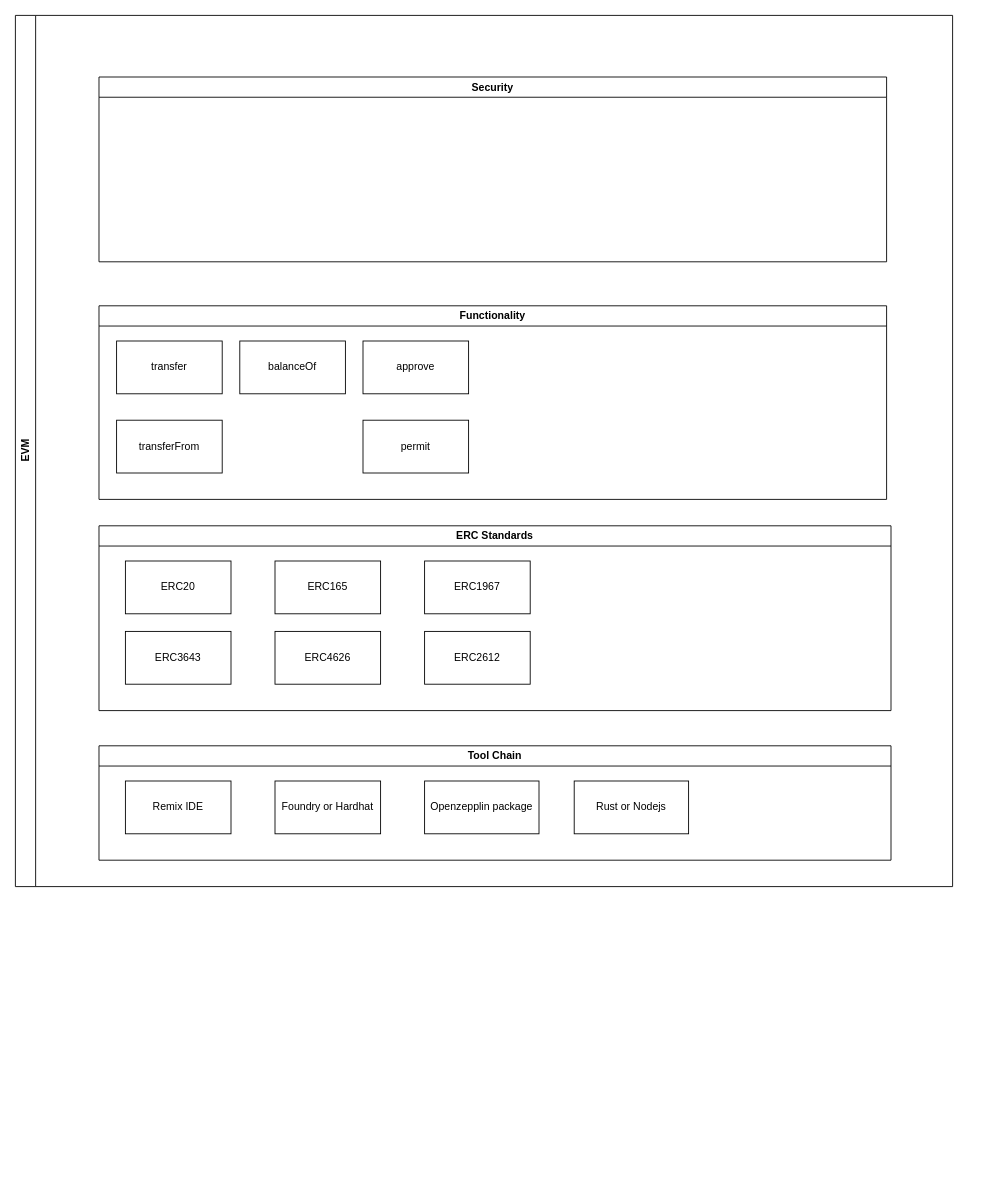
BobbyTalvin/draw keeps this draw.io diagram as usd1_contract_structure.drawio. Above is the earlier version. Source tidied: cells renumbered, new cells numbered last; positions are measured from the earlier drawing's top-left corner, leaving out a move shared by most shapes. Both pictures are drawn from the tidied source at 88%, with x=0, y=0 at pixel (15, 15).
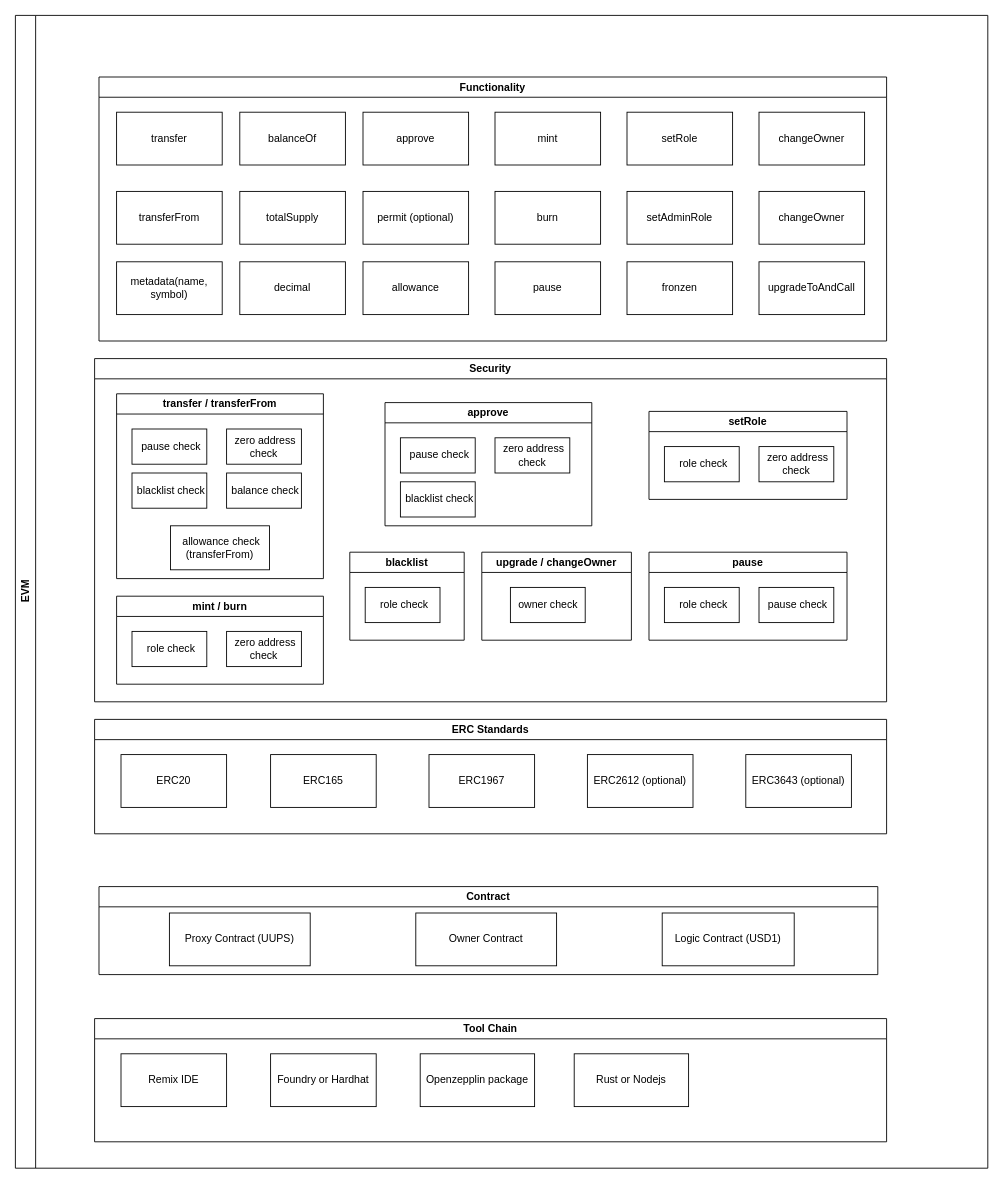
The same diagram, later.

Commit message (it also covers changes not shown here):
upd: usd1_contract_structure

Change to the diagram source:
```diff
@@
-    <mxCell id="2" value="Tool Chain" style="swimlane;whiteSpace=wrap;html=1;" parent="1" vertex="1">
-      <mxGeometry x="95" y="830" width="900" height="130" as="geometry" />
-    </mxCell>
-    <mxCell id="3" value="Remix IDE" style="rounded=0;whiteSpace=wrap;html=1;" parent="2" vertex="1">
-      <mxGeometry x="30" y="40" width="120" height="60" as="geometry" />
-    </mxCell>
-    <mxCell id="4" value="Foundry or Hardhat" style="rounded=0;whiteSpace=wrap;html=1;" parent="2" vertex="1">
-      <mxGeometry x="200" y="40" width="120" height="60" as="geometry" />
-    </mxCell>
-    <mxCell id="5" value="Openzepplin package" style="rounded=0;whiteSpace=wrap;html=1;" parent="2" vertex="1">
-      <mxGeometry x="370" y="40" width="130" height="60" as="geometry" />
-    </mxCell>
-    <mxCell id="6" value="ERC Standards" style="swimlane;whiteSpace=wrap;html=1;" parent="1" vertex="1">
-      <mxGeometry x="95" y="580" width="900" height="210" as="geometry" />
-    </mxCell>
-    <mxCell id="7" value="ERC20" style="rounded=0;whiteSpace=wrap;html=1;" parent="6" vertex="1">
-      <mxGeometry x="30" y="40" width="120" height="60" as="geometry" />
-    </mxCell>
-    <mxCell id="8" value="ERC165" style="rounded=0;whiteSpace=wrap;html=1;" parent="6" vertex="1">
-      <mxGeometry x="200" y="40" width="120" height="60" as="geometry" />
-    </mxCell>
-    <mxCell id="9" value="ERC2612" style="rounded=0;whiteSpace=wrap;html=1;" parent="6" vertex="1">
-      <mxGeometry x="370" y="120" width="120" height="60" as="geometry" />
-    </mxCell>
-    <mxCell id="10" value="ERC3643" style="rounded=0;whiteSpace=wrap;html=1;" parent="6" vertex="1">
-      <mxGeometry x="30" y="120" width="120" height="60" as="geometry" />
-    </mxCell>
-    <mxCell id="11" value="ERC4626" style="rounded=0;whiteSpace=wrap;html=1;" parent="6" vertex="1">
-      <mxGeometry x="200" y="120" width="120" height="60" as="geometry" />
-    </mxCell>
-    <mxCell id="12" value="ERC1967" style="rounded=0;whiteSpace=wrap;html=1;" parent="6" vertex="1">
-      <mxGeometry x="370" y="40" width="120" height="60" as="geometry" />
-    </mxCell>
     <mxCell id="13" value="EVM" style="swimlane;horizontal=0;whiteSpace=wrap;html=1;" parent="1" vertex="1">
-      <mxGeometry width="1065" height="990" as="geometry" />
+      <mxGeometry width="1105" height="1310" as="geometry" />
     </mxCell>
     <mxCell id="14" value="Functionality" style="swimlane;whiteSpace=wrap;html=1;" parent="13" vertex="1">
-      <mxGeometry x="95" y="330" width="895" height="220" as="geometry" />
+      <mxGeometry x="95" y="70" width="895" height="300" as="geometry" />
     </mxCell>
@@
-    <mxCell id="19" value="permit" style="rounded=0;whiteSpace=wrap;html=1;" parent="14" vertex="1">
+    <mxCell id="19" value="permit (optional)" style="rounded=0;whiteSpace=wrap;html=1;" parent="14" vertex="1">
       <mxGeometry x="300" y="130" width="120" height="60" as="geometry" />
     </mxCell>
+    <mxCell id="22" value="mint" style="rounded=0;whiteSpace=wrap;html=1;" parent="14" vertex="1">
+      <mxGeometry x="450" y="40" width="120" height="60" as="geometry" />
+    </mxCell>
+    <mxCell id="23" value="burn" style="rounded=0;whiteSpace=wrap;html=1;" parent="14" vertex="1">
+      <mxGeometry x="450" y="130" width="120" height="60" as="geometry" />
+    </mxCell>
+    <mxCell id="24" value="totalSupply" style="rounded=0;whiteSpace=wrap;html=1;" parent="14" vertex="1">
+      <mxGeometry x="160" y="130" width="120" height="60" as="geometry" />
+    </mxCell>
+    <mxCell id="25" value="setRole" style="rounded=0;whiteSpace=wrap;html=1;" parent="14" vertex="1">
+      <mxGeometry x="600" y="40" width="120" height="60" as="geometry" />
+    </mxCell>
+    <mxCell id="26" value="upgradeToAndCall" style="rounded=0;whiteSpace=wrap;html=1;" parent="14" vertex="1">
+      <mxGeometry x="750" y="210" width="120" height="60" as="geometry" />
+    </mxCell>
+    <mxCell id="27" value="changeOwner" style="rounded=0;whiteSpace=wrap;html=1;" parent="14" vertex="1">
+      <mxGeometry x="750" y="40" width="120" height="60" as="geometry" />
+    </mxCell>
+    <mxCell id="28" value="allowance" style="rounded=0;whiteSpace=wrap;html=1;" parent="14" vertex="1">
+      <mxGeometry x="300" y="210" width="120" height="60" as="geometry" />
+    </mxCell>
+    <mxCell id="29" value="pause" style="rounded=0;whiteSpace=wrap;html=1;" parent="14" vertex="1">
+      <mxGeometry x="450" y="210" width="120" height="60" as="geometry" />
+    </mxCell>
+    <mxCell id="30" value="changeOwner" style="rounded=0;whiteSpace=wrap;html=1;" parent="14" vertex="1">
+      <mxGeometry x="750" y="130" width="120" height="60" as="geometry" />
+    </mxCell>
+    <mxCell id="31" value="decimal" style="rounded=0;whiteSpace=wrap;html=1;" parent="14" vertex="1">
+      <mxGeometry x="160" y="210" width="120" height="60" as="geometry" />
+    </mxCell>
+    <mxCell id="32" value="metadata(name, symbol)" style="rounded=0;whiteSpace=wrap;html=1;" parent="14" vertex="1">
+      <mxGeometry x="20" y="210" width="120" height="60" as="geometry" />
+    </mxCell>
+    <mxCell id="33" value="setAdminRole" style="rounded=0;whiteSpace=wrap;html=1;" parent="14" vertex="1">
+      <mxGeometry x="600" y="130" width="120" height="60" as="geometry" />
+    </mxCell>
+    <mxCell id="34" value="fronzen" style="rounded=0;whiteSpace=wrap;html=1;" parent="14" vertex="1">
+      <mxGeometry x="600" y="210" width="120" height="60" as="geometry" />
+    </mxCell>
+    <mxCell id="6" value="ERC Standards" style="swimlane;whiteSpace=wrap;html=1;" parent="13" vertex="1">
+      <mxGeometry x="90" y="800" width="900" height="130" as="geometry" />
+    </mxCell>
+    <mxCell id="7" value="ERC20" style="rounded=0;whiteSpace=wrap;html=1;" parent="6" vertex="1">
+      <mxGeometry x="30" y="40" width="120" height="60" as="geometry" />
+    </mxCell>
+    <mxCell id="8" value="ERC165" style="rounded=0;whiteSpace=wrap;html=1;" parent="6" vertex="1">
+      <mxGeometry x="200" y="40" width="120" height="60" as="geometry" />
+    </mxCell>
+    <mxCell id="12" value="ERC1967" style="rounded=0;whiteSpace=wrap;html=1;" parent="6" vertex="1">
+      <mxGeometry x="380" y="40" width="120" height="60" as="geometry" />
+    </mxCell>
+    <mxCell id="10" value="ERC3643 (optional)" style="rounded=0;whiteSpace=wrap;html=1;" parent="6" vertex="1">
+      <mxGeometry x="740" y="40" width="120" height="60" as="geometry" />
+    </mxCell>
+    <mxCell id="9" value="ERC2612 (optional)" style="rounded=0;whiteSpace=wrap;html=1;" parent="6" vertex="1">
+      <mxGeometry x="560" y="40" width="120" height="60" as="geometry" />
+    </mxCell>
+    <mxCell id="35" value="Contract" style="swimlane;whiteSpace=wrap;html=1;" parent="13" vertex="1">
+      <mxGeometry x="95" y="990" width="885" height="100" as="geometry" />
+    </mxCell>
+    <mxCell id="36" value="Proxy Contract (UUPS)" style="rounded=0;whiteSpace=wrap;html=1;" parent="35" vertex="1">
+      <mxGeometry x="80" y="30" width="160" height="60" as="geometry" />
+    </mxCell>
+    <mxCell id="37" value="Logic Contract (USD1)" style="rounded=0;whiteSpace=wrap;html=1;" parent="35" vertex="1">
+      <mxGeometry x="640" y="30" width="150" height="60" as="geometry" />
+    </mxCell>
+    <mxCell id="38" value="Owner Contract" style="rounded=0;whiteSpace=wrap;html=1;" parent="35" vertex="1">
+      <mxGeometry x="360" y="30" width="160" height="60" as="geometry" />
+    </mxCell>
+    <mxCell id="2" value="Tool Chain" style="swimlane;whiteSpace=wrap;html=1;" parent="13" vertex="1">
+      <mxGeometry x="90" y="1140" width="900" height="140" as="geometry" />
+    </mxCell>
+    <mxCell id="3" value="Remix IDE" style="rounded=0;whiteSpace=wrap;html=1;" parent="2" vertex="1">
+      <mxGeometry x="30" y="40" width="120" height="60" as="geometry" />
+    </mxCell>
+    <mxCell id="4" value="Foundry or Hardhat" style="rounded=0;whiteSpace=wrap;html=1;" parent="2" vertex="1">
+      <mxGeometry x="200" y="40" width="120" height="60" as="geometry" />
+    </mxCell>
+    <mxCell id="5" value="Openzepplin package" style="rounded=0;whiteSpace=wrap;html=1;" parent="2" vertex="1">
+      <mxGeometry x="370" y="40" width="130" height="60" as="geometry" />
+    </mxCell>
+    <mxCell id="21" value="Rust or Nodejs" style="rounded=0;whiteSpace=wrap;html=1;" parent="2" vertex="1">
+      <mxGeometry x="545" y="40" width="130" height="60" as="geometry" />
+    </mxCell>
     <mxCell id="20" value="Security" style="swimlane;whiteSpace=wrap;html=1;" parent="13" vertex="1">
-      <mxGeometry x="95" y="70" width="895" height="210" as="geometry" />
+      <mxGeometry x="90" y="390" width="900" height="390" as="geometry" />
     </mxCell>
-    <mxCell id="21" value="Rust or Nodejs" style="rounded=0;whiteSpace=wrap;html=1;" parent="13" vertex="1">
-      <mxGeometry x="635" y="870" width="130" height="60" as="geometry" />
-    </mxCell>
+    <mxCell id="39" value="transfer / transferFrom" style="rounded=0;whiteSpace=wrap;html=1;shape=swimlane;fontStyle=1;startSize=23;" parent="20" vertex="1">
+      <mxGeometry x="25" y="40" width="235" height="210" as="geometry" />
+    </mxCell>
+    <mxCell id="40" value="&amp;nbsp;pause check" style="rounded=0;whiteSpace=wrap;html=1;" parent="39" vertex="1">
+      <mxGeometry x="17.5" y="40" width="85" height="40" as="geometry" />
+    </mxCell>
+    <mxCell id="41" value="&amp;nbsp;zero address check" style="rounded=0;whiteSpace=wrap;html=1;" parent="39" vertex="1">
+      <mxGeometry x="125" y="40" width="85" height="40" as="geometry" />
+    </mxCell>
+    <mxCell id="42" value="&amp;nbsp;blacklist check" style="rounded=0;whiteSpace=wrap;html=1;" parent="39" vertex="1">
+      <mxGeometry x="17.5" y="90" width="85" height="40" as="geometry" />
+    </mxCell>
+    <mxCell id="43" value="&amp;nbsp;balance check" style="rounded=0;whiteSpace=wrap;html=1;" parent="39" vertex="1">
+      <mxGeometry x="125" y="90" width="85" height="40" as="geometry" />
+    </mxCell>
+    <mxCell id="44" value="&amp;nbsp;allowance check (transferFrom)" style="rounded=0;whiteSpace=wrap;html=1;" parent="39" vertex="1">
+      <mxGeometry x="61.2" y="150" width="112.5" height="50" as="geometry" />
+    </mxCell>
+    <mxCell id="45" value="approve" style="rounded=0;whiteSpace=wrap;html=1;shape=swimlane;fontStyle=1;startSize=23;" parent="20" vertex="1">
+      <mxGeometry x="330" y="50" width="235" height="140" as="geometry" />
+    </mxCell>
+    <mxCell id="46" value="&amp;nbsp;pause check" style="rounded=0;whiteSpace=wrap;html=1;" parent="45" vertex="1">
+      <mxGeometry x="17.5" y="40" width="85" height="40" as="geometry" />
+    </mxCell>
+    <mxCell id="47" value="&amp;nbsp;zero address check" style="rounded=0;whiteSpace=wrap;html=1;" parent="45" vertex="1">
+      <mxGeometry x="125" y="40" width="85" height="40" as="geometry" />
+    </mxCell>
+    <mxCell id="48" value="&amp;nbsp;blacklist check" style="rounded=0;whiteSpace=wrap;html=1;" parent="45" vertex="1">
+      <mxGeometry x="17.5" y="90" width="85" height="40" as="geometry" />
+    </mxCell>
+    <mxCell id="49" value="mint / burn" style="rounded=0;whiteSpace=wrap;html=1;shape=swimlane;fontStyle=1;startSize=23;" parent="20" vertex="1">
+      <mxGeometry x="25" y="270" width="235" height="100" as="geometry" />
+    </mxCell>
+    <mxCell id="50" value="&amp;nbsp;role check" style="rounded=0;whiteSpace=wrap;html=1;" parent="49" vertex="1">
+      <mxGeometry x="17.5" y="40" width="85" height="40" as="geometry" />
+    </mxCell>
+    <mxCell id="51" value="&amp;nbsp;zero address check" style="rounded=0;whiteSpace=wrap;html=1;" parent="49" vertex="1">
+      <mxGeometry x="125" y="40" width="85" height="40" as="geometry" />
+    </mxCell>
+    <mxCell id="52" value="pause" style="rounded=0;whiteSpace=wrap;html=1;shape=swimlane;fontStyle=1;startSize=23;" parent="20" vertex="1">
+      <mxGeometry x="630" y="220" width="225" height="100" as="geometry" />
+    </mxCell>
+    <mxCell id="53" value="&amp;nbsp;role check" style="rounded=0;whiteSpace=wrap;html=1;" parent="52" vertex="1">
+      <mxGeometry x="17.5" y="40" width="85" height="40" as="geometry" />
+    </mxCell>
+    <mxCell id="54" value="&amp;nbsp;pause check" style="rounded=0;whiteSpace=wrap;html=1;" parent="52" vertex="1">
+      <mxGeometry x="125" y="40" width="85" height="40" as="geometry" />
+    </mxCell>
+    <mxCell id="55" value="setRole" style="rounded=0;whiteSpace=wrap;html=1;shape=swimlane;fontStyle=1;startSize=23;" parent="20" vertex="1">
+      <mxGeometry x="630" y="60" width="225" height="100" as="geometry" />
+    </mxCell>
+    <mxCell id="56" value="&amp;nbsp;role check" style="rounded=0;whiteSpace=wrap;html=1;" parent="55" vertex="1">
+      <mxGeometry x="17.5" y="40" width="85" height="40" as="geometry" />
+    </mxCell>
+    <mxCell id="57" value="&amp;nbsp;zero address check" style="rounded=0;whiteSpace=wrap;html=1;" parent="55" vertex="1">
+      <mxGeometry x="125" y="40" width="85" height="40" as="geometry" />
+    </mxCell>
+    <mxCell id="58" value="blacklist" style="rounded=0;whiteSpace=wrap;html=1;shape=swimlane;fontStyle=1;startSize=23;" parent="20" vertex="1">
+      <mxGeometry x="290" y="220" width="130" height="100" as="geometry" />
+    </mxCell>
+    <mxCell id="59" value="&amp;nbsp;role check" style="rounded=0;whiteSpace=wrap;html=1;" parent="58" vertex="1">
+      <mxGeometry x="17.5" y="40" width="85" height="40" as="geometry" />
+    </mxCell>
+    <mxCell id="60" value="upgrade / changeOwner" style="rounded=0;whiteSpace=wrap;html=1;shape=swimlane;fontStyle=1;startSize=23;" parent="20" vertex="1">
+      <mxGeometry x="440" y="220" width="170" height="100" as="geometry" />
+    </mxCell>
+    <mxCell id="61" value="owner check" style="rounded=0;whiteSpace=wrap;html=1;" parent="60" vertex="1">
+      <mxGeometry x="32.5" y="40" width="85" height="40" as="geometry" />
+    </mxCell>
```
